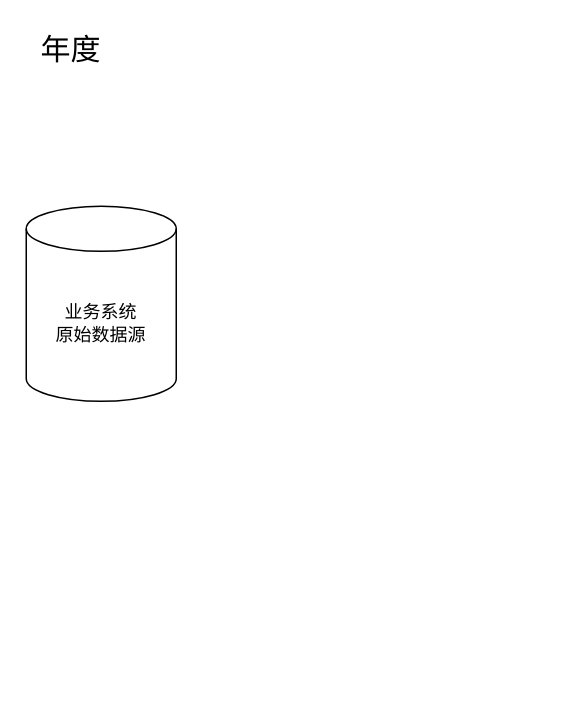
Above: 友邦/友邦等级评定数据图.drawio in XiaoLiuAI/diagrams (draw.io), before the change. Source tidied: cells renumbered, new cells numbered last; positions are measured from the earlier drawing's top-left corner, leaving out a move shared by most shapes. Both pictures are drawn from the tidied source at 150%, with x=0, y=0 at pixel (26, 26).
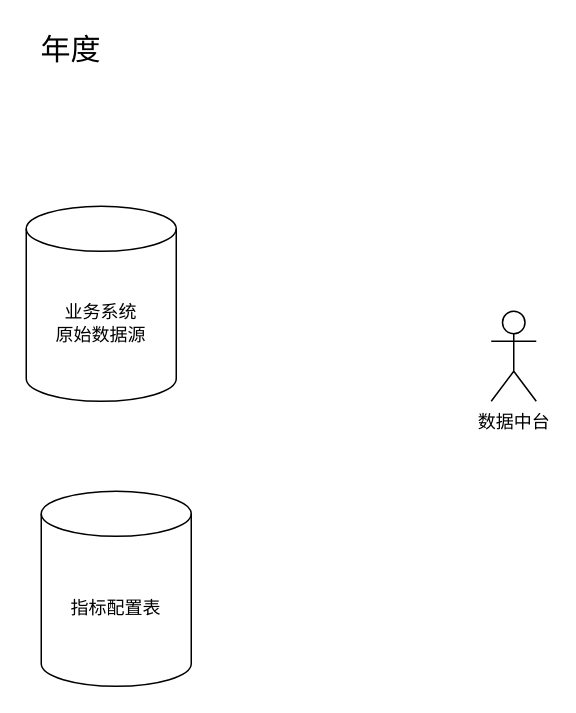
The same page after the edit.

Commit message (it also covers changes not shown here):
Update 友邦等级评定数据图.drawio

Diff of the diagram source:
```diff
@@
 <mxGraphModel>
   <root>
     <mxCell id="0" />
     <mxCell id="1" parent="0" />
     <mxCell id="2" value="&lt;font style=&quot;font-size: 20px;&quot;&gt;年度&lt;/font&gt;" style="text;html=1;align=center;verticalAlign=middle;whiteSpace=wrap;rounded=0;" parent="1" vertex="1">
       <mxGeometry width="60" height="30" as="geometry" />
     </mxCell>
     <mxCell id="3" value="业务系统&lt;div&gt;原始数据源&lt;/div&gt;" style="shape=cylinder3;whiteSpace=wrap;html=1;boundedLbl=1;backgroundOutline=1;size=15;" parent="1" vertex="1">
       <mxGeometry y="120" width="100" height="130" as="geometry" />
     </mxCell>
+    <mxCell id="4" value="数据中台" style="shape=umlActor;verticalLabelPosition=bottom;verticalAlign=top;html=1;" parent="1" vertex="1">
+      <mxGeometry x="310" y="190" width="30" height="60" as="geometry" />
+    </mxCell>
+    <mxCell id="5" value="指标配置表" style="shape=cylinder3;whiteSpace=wrap;html=1;boundedLbl=1;backgroundOutline=1;size=15;" parent="1" vertex="1">
+      <mxGeometry x="10" y="310" width="100" height="130" as="geometry" />
+    </mxCell>
   </root>
 </mxGraphModel>
```
